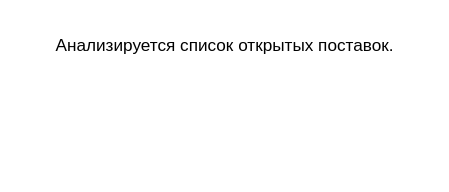
Earlier version of the draw.io diagram общая схема тарификатора.drawio (AntonKoltsov85/Schemes). Source tidied: cells renumbered, new cells numbered last; positions are measured from the earlier drawing's top-left corner, leaving out a move shared by most shapes. Both pictures are drawn from the tidied source at 143%, with x=0, y=0 at pixel (24, 24).
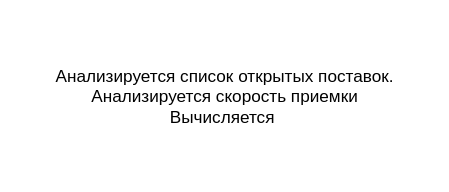
Above is the later version.

Diff of the diagram source:
```diff
@@
 <mxGraphModel>
   <root>
     <mxCell id="0" />
     <mxCell id="1" parent="0" />
-    <mxCell id="2" value="Анализируется список открытых поставок." style="text;html=1;align=center;verticalAlign=middle;whiteSpace=wrap;rounded=0;" parent="1" vertex="1">
-      <mxGeometry width="280" height="30" as="geometry" />
+    <mxCell id="2" value="Анализируется список открытых поставок.&lt;div&gt;Анализируется скорость приемки&lt;/div&gt;&lt;div&gt;Вычисляется&amp;nbsp;&lt;/div&gt;" style="text;html=1;align=center;verticalAlign=middle;whiteSpace=wrap;rounded=0;" parent="1" vertex="1">
+      <mxGeometry width="280" height="100" as="geometry" />
     </mxCell>
   </root>
 </mxGraphModel>
```
